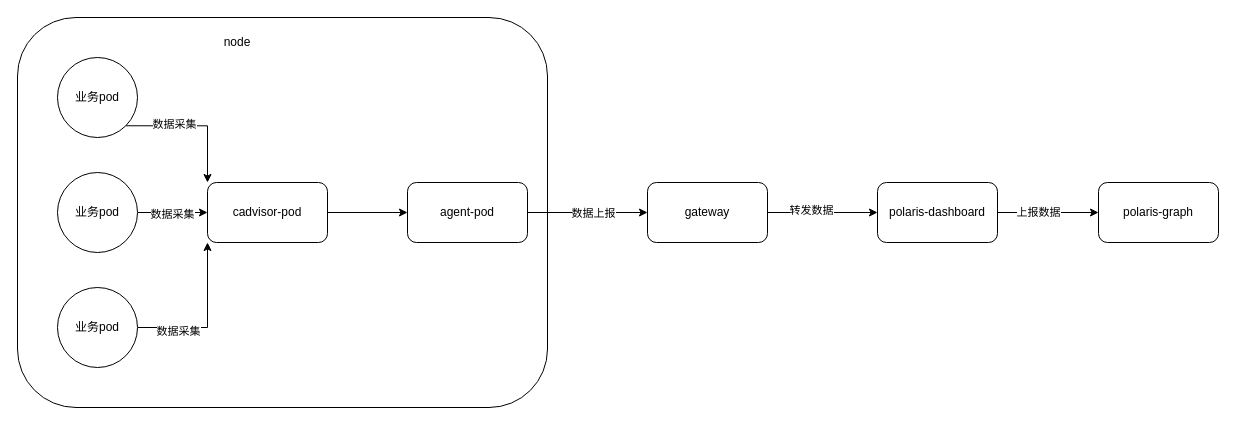
wupei-w/diagrams keeps this draw.io diagram as agent.drawio. Above is the earlier version. Source tidied: cells renumbered, new cells numbered last; positions are measured from the earlier drawing's top-left corner, leaving out a move shared by most shapes. Both pictures are drawn from the tidied source at 100%, with x=0, y=0 at pixel (17, 17).
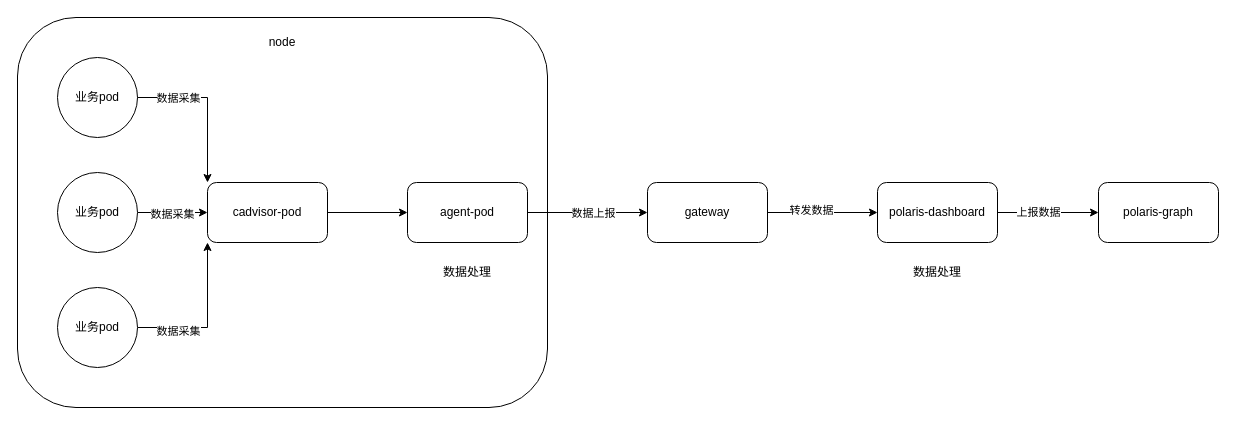
Above is the later version.

The change refers to these unchanged cells:
```xml
<mxCell id="12" value="业务pod" style="ellipse;whiteSpace=wrap;html=1;" parent="1" vertex="1">
  <mxGeometry x="40" y="40" width="80" height="80" as="geometry" />
</mxCell>
<mxCell id="14" value="cadvisor-pod" style="rounded=1;whiteSpace=wrap;html=1;" parent="1" vertex="1">
  <mxGeometry x="190" y="165" width="120" height="60" as="geometry" />
</mxCell>
```

Change to the diagram source:
```diff
@@
     <mxCell id="3" value="node" style="text;html=1;strokeColor=none;fillColor=none;align=center;verticalAlign=middle;whiteSpace=wrap;rounded=0;" parent="1" vertex="1">
-      <mxGeometry x="190" y="10" width="60" height="30" as="geometry" />
+      <mxGeometry x="235" y="10" width="60" height="30" as="geometry" />
     </mxCell>
@@
     <mxCell id="10" style="edgeStyle=orthogonalEdgeStyle;rounded=0;jettySize=auto;html=1;exitX=1;exitY=1;exitDx=0;exitDy=0;entryX=0;entryY=0;entryDx=0;entryDy=0;" parent="1" edge="1" source="12" target="14">
-      <mxGeometry relative="1" as="geometry" />
+      <mxGeometry relative="1" as="geometry">
+        <Array as="points">
+          <mxPoint x="108" y="80" />
+          <mxPoint x="190" y="80" />
+        </Array>
+      </mxGeometry>
     </mxCell>
     <mxCell id="11" value="数据采集" style="edgeLabel;html=1;align=center;verticalAlign=middle;" parent="10" vertex="1">
-      <mxGeometry x="-0.31" y="2" relative="1" as="geometry" />
+      <mxGeometry x="-0.31" y="2" relative="1" as="geometry">
+        <mxPoint x="13" y="2" as="offset" />
+      </mxGeometry>
     </mxCell>
@@
+    <mxCell id="25" value="数据处理" style="text;html=1;strokeColor=none;fillColor=none;align=center;verticalAlign=middle;whiteSpace=wrap;rounded=0;" parent="1" vertex="1">
+      <mxGeometry x="890" y="240" width="60" height="30" as="geometry" />
+    </mxCell>
+    <mxCell id="26" value="数据处理" style="text;html=1;strokeColor=none;fillColor=none;align=center;verticalAlign=middle;whiteSpace=wrap;rounded=0;" parent="1" vertex="1">
+      <mxGeometry x="420" y="240" width="60" height="30" as="geometry" />
+    </mxCell>
```
